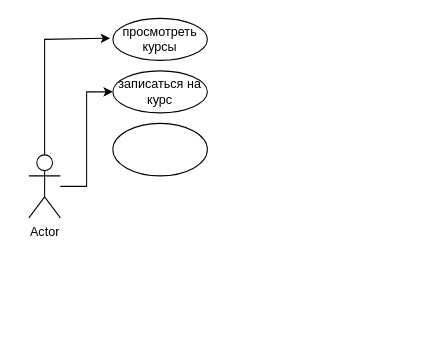
teillina/uni keeps this draw.io diagram as Untitled Diagram.drawio. Above is the earlier version. Source tidied: cells renumbered, new cells numbered last; positions are measured from the earlier drawing's top-left corner, leaving out a move shared by most shapes. Both pictures are drawn from the tidied source at 105%, with x=0, y=0 at pixel (28, 18).
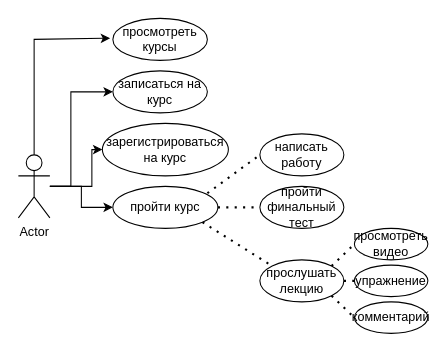
After the change.

Unchanged cells that the change refers to:
```xml
<mxCell id="4" value="просмотреть курсы" style="ellipse;whiteSpace=wrap;html=1;" parent="1" vertex="1">
  <mxGeometry x="80" width="90" height="40" as="geometry" />
</mxCell>
<mxCell id="7" value="записаться на курс" style="ellipse;whiteSpace=wrap;html=1;" parent="1" vertex="1">
  <mxGeometry x="80" y="50" width="90" height="40" as="geometry" />
</mxCell>
```

Change to the diagram source:
```diff
@@
     <mxCell id="2" style="edgeStyle=orthogonalEdgeStyle;rounded=0;jettySize=auto;html=1;entryX=0;entryY=0.5;entryDx=0;entryDy=0;" parent="1" edge="1" source="3" target="7">
-      <mxGeometry relative="1" as="geometry" />
+      <mxGeometry relative="1" as="geometry">
+        <Array as="points">
+          <mxPoint x="40" y="160" />
+          <mxPoint x="40" y="70" />
+        </Array>
+      </mxGeometry>
     </mxCell>
+    <mxCell id="9" style="edgeStyle=orthogonalEdgeStyle;rounded=0;jettySize=auto;html=1;entryX=0;entryY=0.5;entryDx=0;entryDy=0;" parent="1" edge="1" source="3" target="8">
+      <mxGeometry relative="1" as="geometry">
+        <Array as="points">
+          <mxPoint x="60" y="160" />
+          <mxPoint x="60" y="125" />
+        </Array>
+      </mxGeometry>
+    </mxCell>
+    <mxCell id="10" style="edgeStyle=orthogonalEdgeStyle;rounded=0;jettySize=auto;html=1;entryX=0;entryY=0.5;entryDx=0;entryDy=0;" parent="1" edge="1" source="3" target="11">
+      <mxGeometry relative="1" as="geometry" />
+    </mxCell>
     <mxCell id="3" value="Actor" style="shape=umlActor;verticalLabelPosition=bottom;verticalAlign=top;html=1;outlineConnect=0;" parent="1" vertex="1">
-      <mxGeometry y="130" width="30" height="60" as="geometry" />
+      <mxGeometry x="-10" y="130" width="30" height="60" as="geometry" />
     </mxCell>
@@
     <mxCell id="5" style="endArrow=classic;html=1;rounded=0;entryX=-0.029;entryY=0.472;entryDx=0;entryDy=0;entryPerimeter=0;" parent="1" edge="1" source="3" target="4">
       <mxGeometry relative="1" as="geometry">
         <Array as="points">
-          <mxPoint x="15" y="20" />
+          <mxPoint x="5" y="20" />
         </Array>
       </mxGeometry>
     </mxCell>
@@
-    <mxCell id="8" style="ellipse;whiteSpace=wrap;html=1;" parent="1" vertex="1">
-      <mxGeometry x="80" y="100" width="90" height="50" as="geometry" />
+    <mxCell id="8" value="зарегистрироваться на курс" style="ellipse;whiteSpace=wrap;html=1;" parent="1" vertex="1">
+      <mxGeometry x="70" y="100" width="120" height="50" as="geometry" />
     </mxCell>
+    <mxCell id="11" value="пройти курс" style="ellipse;whiteSpace=wrap;html=1;" parent="1" vertex="1">
+      <mxGeometry x="80" y="160" width="100" height="40" as="geometry" />
+    </mxCell>
+    <mxCell id="12" value="написать работу" style="ellipse;whiteSpace=wrap;html=1;" parent="1" vertex="1">
+      <mxGeometry x="220" y="110" width="80" height="40" as="geometry" />
+    </mxCell>
+    <mxCell id="13" value="пройти финальный тест" style="ellipse;whiteSpace=wrap;html=1;" parent="1" vertex="1">
+      <mxGeometry x="220" y="160" width="80" height="40" as="geometry" />
+    </mxCell>
+    <mxCell id="14" value="прослушать лекцию" style="ellipse;whiteSpace=wrap;html=1;" parent="1" vertex="1">
+      <mxGeometry x="220" y="230" width="80" height="40" as="geometry" />
+    </mxCell>
+    <mxCell id="15" style="endArrow=none;dashed=1;html=1;dashPattern=1 3;strokeWidth=2;rounded=0;entryX=0;entryY=0.5;entryDx=0;entryDy=0;exitX=0.9;exitY=0.163;exitDx=0;exitDy=0;exitPerimeter=0;" parent="1" edge="1" source="11" target="12">
+      <mxGeometry relative="1" as="geometry" />
+    </mxCell>
+    <mxCell id="16" style="endArrow=none;dashed=1;html=1;dashPattern=1 3;strokeWidth=2;rounded=0;exitX=1;exitY=0.5;exitDx=0;exitDy=0;entryX=0;entryY=0.5;entryDx=0;entryDy=0;" parent="1" edge="1" source="11" target="13">
+      <mxGeometry relative="1" as="geometry" />
+    </mxCell>
+    <mxCell id="17" style="endArrow=none;dashed=1;html=1;dashPattern=1 3;strokeWidth=2;rounded=0;exitX=1;exitY=1;exitDx=0;exitDy=0;entryX=0;entryY=0;entryDx=0;entryDy=0;" parent="1" edge="1" source="11" target="14">
+      <mxGeometry relative="1" as="geometry" />
+    </mxCell>
+    <mxCell id="18" value="просмотреть видео" style="ellipse;whiteSpace=wrap;html=1;" parent="1" vertex="1">
+      <mxGeometry x="310" y="200" width="70" height="30" as="geometry" />
+    </mxCell>
+    <mxCell id="19" value="упражнение" style="ellipse;whiteSpace=wrap;html=1;" parent="1" vertex="1">
+      <mxGeometry x="310" y="235" width="70" height="30" as="geometry" />
+    </mxCell>
+    <mxCell id="20" value="комментарий" style="ellipse;whiteSpace=wrap;html=1;" parent="1" vertex="1">
+      <mxGeometry x="310" y="270" width="70" height="30" as="geometry" />
+    </mxCell>
+    <mxCell id="21" style="endArrow=none;dashed=1;html=1;dashPattern=1 3;strokeWidth=2;rounded=0;exitX=1;exitY=0;exitDx=0;exitDy=0;entryX=0;entryY=0.5;entryDx=0;entryDy=0;" parent="1" edge="1" source="14" target="18">
+      <mxGeometry relative="1" as="geometry" />
+    </mxCell>
+    <mxCell id="22" style="endArrow=none;dashed=1;html=1;dashPattern=1 3;strokeWidth=2;rounded=0;exitX=1;exitY=0.5;exitDx=0;exitDy=0;entryX=0;entryY=0.5;entryDx=0;entryDy=0;" parent="1" edge="1" source="14" target="19">
+      <mxGeometry relative="1" as="geometry" />
+    </mxCell>
+    <mxCell id="23" style="endArrow=none;dashed=1;html=1;dashPattern=1 3;strokeWidth=2;rounded=0;exitX=1;exitY=1;exitDx=0;exitDy=0;entryX=0;entryY=0.5;entryDx=0;entryDy=0;" parent="1" edge="1" source="14" target="20">
+      <mxGeometry relative="1" as="geometry" />
+    </mxCell>
```
